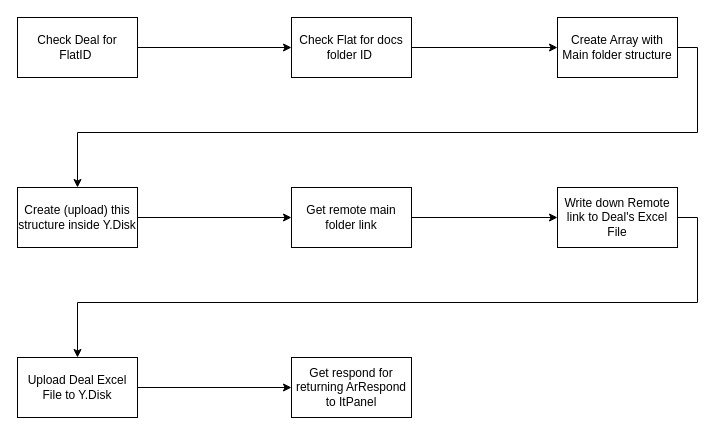
This is page "Documents class" (2 of 2) of e-n_backup_diagram.drawio from WEBSTUDIUS/DIAGRAMS, a draw.io file, before an edit. Source tidied: cells renumbered, new cells numbered last; positions are measured from the earlier drawing's top-left corner, leaving out a move shared by most shapes. Both pictures are drawn from the tidied source at 100%, with x=0, y=0 at pixel (17, 17).
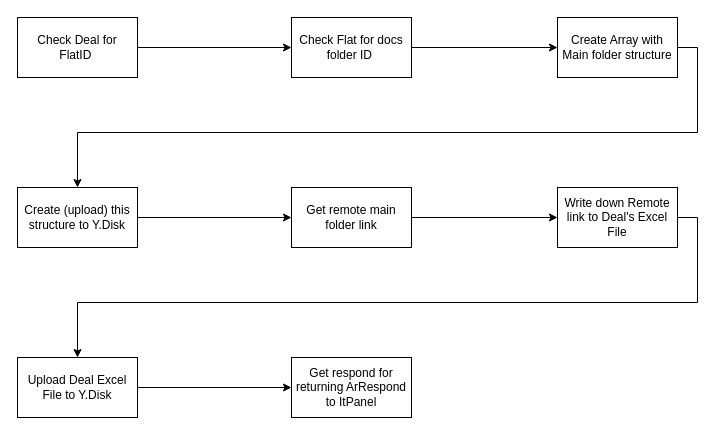
The same diagram, later.

Change to the diagram source:
```diff
@@
 <mxGraphModel>
   <root>
     <mxCell id="0" />
     <mxCell id="1" parent="0" />
     <mxCell id="2" style="edgeStyle=orthogonalEdgeStyle;rounded=0;jettySize=auto;html=1;exitX=1;exitY=0.5;exitDx=0;exitDy=0;entryX=0;entryY=0.5;entryDx=0;entryDy=0;" parent="1" edge="1" source="3" target="5">
       <mxGeometry relative="1" as="geometry" />
     </mxCell>
     <mxCell id="3" value="Check Deal for Flat&lt;span style=&quot;background-color: transparent; color: light-dark(rgb(0, 0, 0), rgb(255, 255, 255));&quot;&gt;ID&lt;/span&gt;&lt;span style=&quot;background-color: transparent; color: light-dark(rgb(0, 0, 0), rgb(255, 255, 255));&quot;&gt;&amp;nbsp;&lt;/span&gt;" style="rounded=0;whiteSpace=wrap;html=1;" parent="1" vertex="1">
       <mxGeometry width="120" height="60" as="geometry" />
     </mxCell>
     <mxCell id="4" style="edgeStyle=orthogonalEdgeStyle;rounded=0;jettySize=auto;html=1;exitX=1;exitY=0.5;exitDx=0;exitDy=0;entryX=0;entryY=0.5;entryDx=0;entryDy=0;" parent="1" edge="1" source="5" target="7">
       <mxGeometry relative="1" as="geometry" />
     </mxCell>
     <mxCell id="5" value="Check Flat for docs folder ID&lt;span style=&quot;background-color: transparent; color: light-dark(rgb(0, 0, 0), rgb(255, 255, 255));&quot;&gt;&amp;nbsp;&lt;/span&gt;" style="rounded=0;whiteSpace=wrap;html=1;" parent="1" vertex="1">
       <mxGeometry x="274" width="120" height="60" as="geometry" />
     </mxCell>
     <mxCell id="6" style="edgeStyle=orthogonalEdgeStyle;rounded=0;jettySize=auto;html=1;exitX=1;exitY=0.5;exitDx=0;exitDy=0;" parent="1" edge="1" source="7" target="9">
       <mxGeometry relative="1" as="geometry" />
     </mxCell>
     <mxCell id="7" value="Create Array with Main folder structure" style="rounded=0;whiteSpace=wrap;html=1;" parent="1" vertex="1">
       <mxGeometry x="540" width="120" height="60" as="geometry" />
     </mxCell>
     <mxCell id="8" style="edgeStyle=orthogonalEdgeStyle;rounded=0;jettySize=auto;html=1;exitX=1;exitY=0.5;exitDx=0;exitDy=0;entryX=0;entryY=0.5;entryDx=0;entryDy=0;" parent="1" edge="1" source="9" target="11">
       <mxGeometry relative="1" as="geometry" />
     </mxCell>
-    <mxCell id="9" value="Create (upload) this structure inside Y.Disk" style="rounded=0;whiteSpace=wrap;html=1;" parent="1" vertex="1">
+    <mxCell id="9" value="Create (upload) this structure to Y.Disk" style="rounded=0;whiteSpace=wrap;html=1;" parent="1" vertex="1">
       <mxGeometry y="170" width="120" height="60" as="geometry" />
     </mxCell>
     <mxCell id="10" style="edgeStyle=orthogonalEdgeStyle;rounded=0;jettySize=auto;html=1;exitX=1;exitY=0.5;exitDx=0;exitDy=0;entryX=0;entryY=0.5;entryDx=0;entryDy=0;" parent="1" edge="1" source="11" target="13">
       <mxGeometry relative="1" as="geometry" />
     </mxCell>
     <mxCell id="11" value="Get remote main folder link" style="rounded=0;whiteSpace=wrap;html=1;" parent="1" vertex="1">
       <mxGeometry x="274" y="170" width="120" height="60" as="geometry" />
     </mxCell>
     <mxCell id="12" style="edgeStyle=orthogonalEdgeStyle;rounded=0;jettySize=auto;html=1;exitX=1;exitY=0.5;exitDx=0;exitDy=0;" parent="1" edge="1" source="13" target="15">
       <mxGeometry relative="1" as="geometry" />
     </mxCell>
     <mxCell id="13" value="Write down Remote link to Deal's Excel File" style="rounded=0;whiteSpace=wrap;html=1;" parent="1" vertex="1">
       <mxGeometry x="540" y="170" width="120" height="60" as="geometry" />
     </mxCell>
     <mxCell id="14" style="edgeStyle=orthogonalEdgeStyle;rounded=0;jettySize=auto;html=1;exitX=1;exitY=0.5;exitDx=0;exitDy=0;entryX=0;entryY=0.5;entryDx=0;entryDy=0;" parent="1" edge="1" source="15" target="16">
       <mxGeometry relative="1" as="geometry" />
     </mxCell>
     <mxCell id="15" value="Upload Deal Excel File to Y.Disk" style="rounded=0;whiteSpace=wrap;html=1;" parent="1" vertex="1">
       <mxGeometry y="340" width="120" height="60" as="geometry" />
     </mxCell>
     <mxCell id="16" value="Get respond for returning ArRespond to ItPanel" style="rounded=0;whiteSpace=wrap;html=1;" parent="1" vertex="1">
       <mxGeometry x="274" y="340" width="120" height="60" as="geometry" />
     </mxCell>
   </root>
 </mxGraphModel>
```
